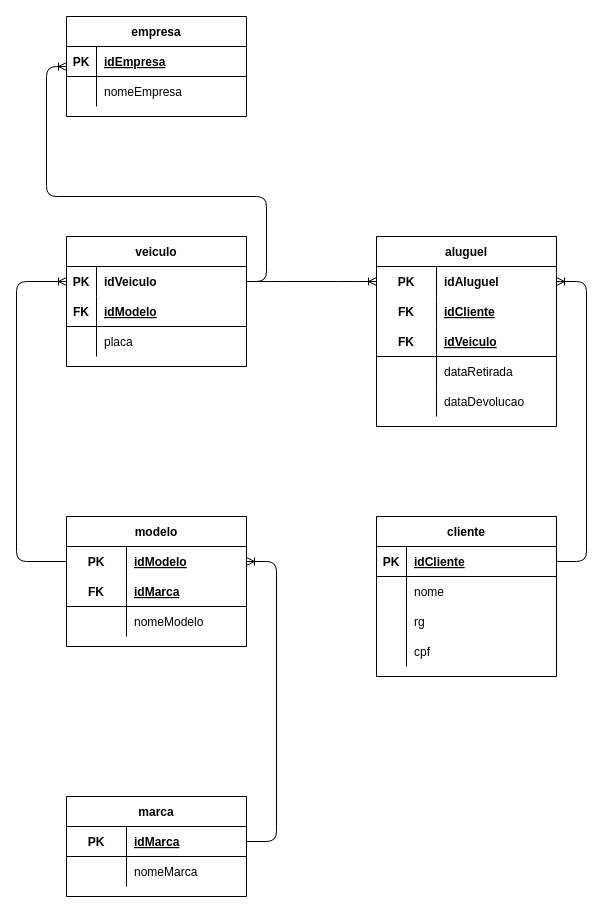
Before: page "logico" (2 of 2) of Exercícios-aula3/1.2-exercicio-locadora/1.2-exercicio-locadora.drawio in Samel-OP/Senai_Sprint1_BD, a draw.io diagram. Source tidied: cells renumbered, new cells numbered last; positions are measured from the earlier drawing's top-left corner, leaving out a move shared by most shapes. Both pictures are drawn from the tidied source at 100%, with x=0, y=0 at pixel (16, 16).
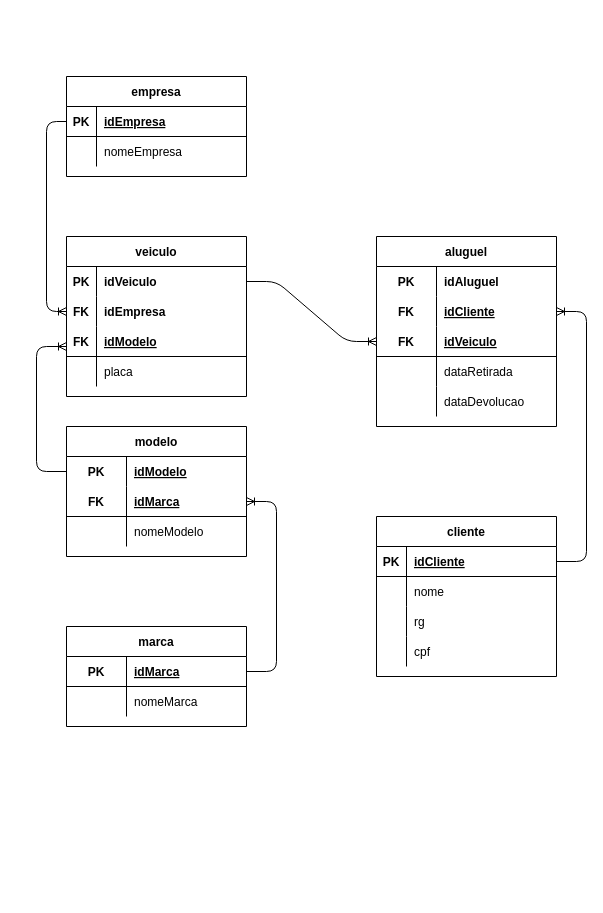
Above is the later version.

Unchanged cells that the change refers to:
```xml
<mxCell id="3" style="shape=partialRectangle;fillColor=none;top=0;left=0;bottom=0;right=0;points=[[0,0.5],[1,0.5]];portConstraint=eastwest;" parent="2" vertex="1">
  <mxGeometry y="30" width="180" height="30" as="geometry" />
</mxCell>
<mxCell id="6" style="shape=partialRectangle;fillColor=none;top=0;left=0;bottom=0;right=0;points=[[0,0.5],[1,0.5]];portConstraint=eastwest;" parent="2" vertex="1">
  <mxGeometry y="60" width="180" height="30" as="geometry" />
</mxCell>
<mxCell id="9" style="shape=partialRectangle;fillColor=none;top=0;left=0;bottom=1;right=0;points=[[0,0.5],[1,0.5]];portConstraint=eastwest;" parent="2" vertex="1">
  <mxGeometry y="90" width="180" height="30" as="geometry" />
</mxCell>
<mxCell id="19" style="shape=partialRectangle;fillColor=none;top=0;left=0;bottom=1;right=0;points=[[0,0.5],[1,0.5]];portConstraint=eastwest;" parent="18" vertex="1">
  <mxGeometry y="30" width="180" height="30" as="geometry" />
</mxCell>
<mxCell id="26" style="shape=partialRectangle;fillColor=none;top=0;left=0;bottom=0;right=0;points=[[0,0.5],[1,0.5]];portConstraint=eastwest;" parent="25" vertex="1">
  <mxGeometry y="30" width="180" height="30" as="geometry" />
</mxCell>
<mxCell id="29" style="shape=partialRectangle;fillColor=none;top=0;left=0;bottom=1;right=0;points=[[0,0.5],[1,0.5]];portConstraint=eastwest;" parent="25" vertex="1">
  <mxGeometry y="60" width="180" height="30" as="geometry" />
</mxCell>
<mxCell id="36" style="shape=partialRectangle;fillColor=none;top=0;left=0;bottom=1;right=0;points=[[0,0.5],[1,0.5]];portConstraint=eastwest;" parent="35" vertex="1">
  <mxGeometry y="30" width="180" height="30" as="geometry" />
</mxCell>
<mxCell id="43" style="shape=partialRectangle;fillColor=none;top=0;left=0;bottom=1;right=0;points=[[0,0.5],[1,0.5]];portConstraint=eastwest;" parent="42" vertex="1">
  <mxGeometry y="30" width="180" height="30" as="geometry" />
</mxCell>
<mxCell id="56" style="shape=partialRectangle;fillColor=none;top=0;left=0;bottom=0;right=0;points=[[0,0.5],[1,0.5]];portConstraint=eastwest;" parent="55" vertex="1">
  <mxGeometry y="30" width="180" height="30" as="geometry" />
</mxCell>
```

What changed in the source:
```diff
@@
     <mxCell id="18" value="marca" style="shape=table;startSize=30;childLayout=tableLayout;rowLines=0;fontStyle=1;align=center;" parent="1" vertex="1">
-      <mxGeometry x="50" y="780" width="180" height="100" as="geometry" />
+      <mxGeometry x="50" y="610" width="180" height="100" as="geometry" />
     </mxCell>
@@
     <mxCell id="25" value="modelo" style="shape=table;startSize=30;childLayout=tableLayout;rowLines=0;fontStyle=1;align=center;" parent="1" vertex="1">
-      <mxGeometry x="50" y="500" width="180" height="130" as="geometry" />
+      <mxGeometry x="50" y="410" width="180" height="130" as="geometry" />
     </mxCell>
@@
     <mxCell id="35" value="empresa" style="shape=table;startSize=30;childLayout=tableLayout;rowLines=0;fontStyle=1;align=center;" parent="1" vertex="1">
-      <mxGeometry x="50" width="180" height="100" as="geometry" />
+      <mxGeometry x="50" y="60" width="180" height="100" as="geometry" />
     </mxCell>
@@
     <mxCell id="55" value="veiculo" style="shape=table;startSize=30;childLayout=tableLayout;rowLines=0;fontStyle=1;align=center;" parent="1" vertex="1">
-      <mxGeometry x="50" y="220" width="180" height="130" as="geometry" />
+      <mxGeometry x="50" y="220" width="180" height="160" as="geometry" />
     </mxCell>
@@
+    <mxCell id="70" style="shape=partialRectangle;fillColor=none;top=0;left=0;bottom=0;right=0;points=[[0,0.5],[1,0.5]];portConstraint=eastwest;" parent="55" vertex="1">
+      <mxGeometry y="60" width="180" height="30" as="geometry" />
+    </mxCell>
+    <mxCell id="71" value="FK" style="shape=partialRectangle;fillColor=none;top=0;left=0;bottom=0;right=0;fontStyle=1;overflow=hidden;" parent="70" vertex="1">
+      <mxGeometry width="30" height="30" as="geometry" />
+    </mxCell>
+    <mxCell id="72" value="idEmpresa" style="shape=partialRectangle;fillColor=none;top=0;left=0;bottom=0;right=0;align=left;spacingLeft=6;fontStyle=1;overflow=hidden;" parent="70" vertex="1">
+      <mxGeometry x="30" width="150" height="30" as="geometry" />
+    </mxCell>
     <mxCell id="59" style="shape=partialRectangle;fillColor=none;top=0;left=0;bottom=1;right=0;" parent="55" vertex="1">
-      <mxGeometry y="60" width="180" height="30" as="geometry" />
+      <mxGeometry y="90" width="180" height="30" as="geometry" />
     </mxCell>
@@
     <mxCell id="62" style="shape=partialRectangle;fillColor=none;top=0;left=0;bottom=0;right=0;" parent="55" vertex="1">
-      <mxGeometry y="90" width="180" height="30" as="geometry" />
+      <mxGeometry y="120" width="180" height="30" as="geometry" />
     </mxCell>
@@
-    <mxCell id="65" style="edgeStyle=entityRelationEdgeStyle;fontSize=12;html=1;endArrow=ERoneToMany;entryX=0;entryY=0.5;entryDx=0;entryDy=0;exitX=1;exitY=0.5;exitDx=0;exitDy=0;" parent="1" edge="1" source="56" target="3">
+    <mxCell id="65" style="edgeStyle=entityRelationEdgeStyle;fontSize=12;html=1;endArrow=ERoneToMany;entryX=0;entryY=0.5;entryDx=0;entryDy=0;exitX=1;exitY=0.5;exitDx=0;exitDy=0;" parent="1" edge="1" source="56" target="9">
       <mxGeometry relative="1" as="geometry" />
     </mxCell>
-    <mxCell id="66" style="edgeStyle=orthogonalEdgeStyle;fontSize=12;html=1;endArrow=ERoneToMany;entryX=0;entryY=0.667;entryDx=0;entryDy=0;entryPerimeter=0;exitX=1;exitY=0.5;exitDx=0;exitDy=0;" parent="1" edge="1" source="56" target="36">
+    <mxCell id="66" style="edgeStyle=orthogonalEdgeStyle;fontSize=12;html=1;endArrow=ERoneToMany;exitX=0;exitY=0.5;exitDx=0;exitDy=0;entryX=0;entryY=0.5;entryDx=0;entryDy=0;" parent="1" edge="1" source="36" target="70">
       <mxGeometry relative="1" as="geometry">
         <Array as="points">
-          <mxPoint x="250" y="265" />
-          <mxPoint x="250" y="180" />
-          <mxPoint x="30" y="180" />
-          <mxPoint x="30" y="50" />
+          <mxPoint x="30" y="105" />
+          <mxPoint x="30" y="295" />
         </Array>
       </mxGeometry>
     </mxCell>
-    <mxCell id="67" style="edgeStyle=orthogonalEdgeStyle;fontSize=12;html=1;endArrow=ERoneToMany;entryX=1;entryY=0.5;entryDx=0;entryDy=0;exitX=1;exitY=0.5;exitDx=0;exitDy=0;" parent="1" edge="1" source="43" target="3">
+    <mxCell id="67" style="edgeStyle=orthogonalEdgeStyle;fontSize=12;html=1;endArrow=ERoneToMany;entryX=1;entryY=0.5;entryDx=0;entryDy=0;exitX=1;exitY=0.5;exitDx=0;exitDy=0;" parent="1" edge="1" source="43" target="6">
       <mxGeometry relative="1" as="geometry">
         <Array as="points">
           <mxPoint x="570" y="545" />
-          <mxPoint x="570" y="265" />
+          <mxPoint x="570" y="295" />
         </Array>
       </mxGeometry>
     </mxCell>
-    <mxCell id="68" style="edgeStyle=orthogonalEdgeStyle;fontSize=12;html=1;endArrow=ERoneToMany;exitX=0;exitY=0.5;exitDx=0;exitDy=0;entryX=0;entryY=0.5;entryDx=0;entryDy=0;" parent="1" edge="1" source="26" target="56">
+    <mxCell id="68" style="edgeStyle=orthogonalEdgeStyle;fontSize=12;html=1;endArrow=ERoneToMany;exitX=0;exitY=0.5;exitDx=0;exitDy=0;" parent="1" edge="1" source="26">
       <mxGeometry relative="1" as="geometry">
+        <mxPoint x="50" y="330" as="targetPoint" />
         <Array as="points">
-          <mxPoint y="545" />
-          <mxPoint y="265" />
+          <mxPoint x="20" y="455" />
+          <mxPoint x="20" y="330" />
+          <mxPoint x="50" y="330" />
         </Array>
       </mxGeometry>
     </mxCell>
-    <mxCell id="69" style="edgeStyle=orthogonalEdgeStyle;fontSize=12;html=1;endArrow=ERoneToMany;entryX=1;entryY=0.5;entryDx=0;entryDy=0;exitX=1;exitY=0.5;exitDx=0;exitDy=0;" parent="1" edge="1" source="19" target="26">
+    <mxCell id="69" style="edgeStyle=orthogonalEdgeStyle;fontSize=12;html=1;endArrow=ERoneToMany;entryX=1;entryY=0.5;entryDx=0;entryDy=0;exitX=1;exitY=0.5;exitDx=0;exitDy=0;" parent="1" edge="1" source="19" target="29">
       <mxGeometry relative="1" as="geometry">
         <Array as="points">
-          <mxPoint x="260" y="825" />
-          <mxPoint x="260" y="545" />
+          <mxPoint x="260" y="655" />
+          <mxPoint x="260" y="485" />
         </Array>
       </mxGeometry>
     </mxCell>
```
